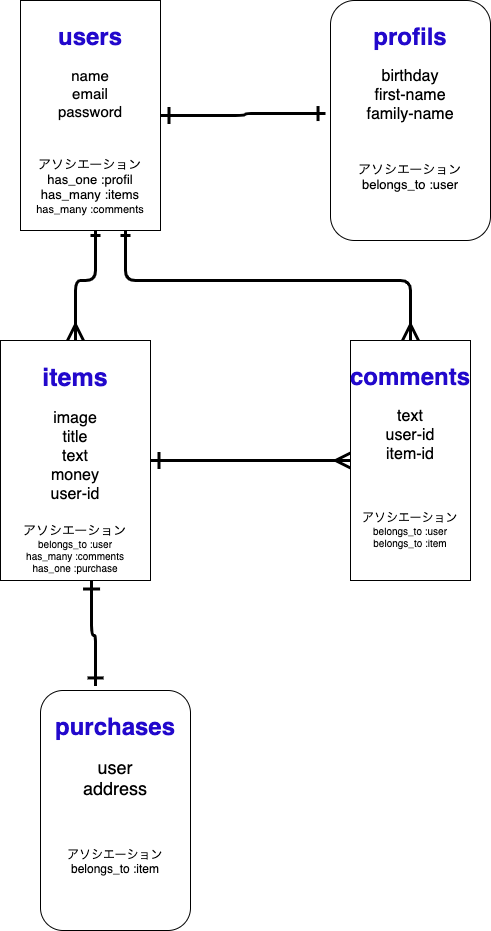
The draw.io diagram furima-28377 ER図.png in ryo-suzuki-seamagic/furima_28377, before a commit. Source tidied: cells renumbered, new cells last; positions are measured from the earlier drawing's top-left corner, leaving out a move shared by most shapes. The source it was exported from:
```xml
<mxGraphModel>
  <root>
    <mxCell id="0" />
    <mxCell id="1" parent="0" />
    <mxCell id="2" style="edgeStyle=orthogonalEdgeStyle;curved=0;rounded=1;sketch=0;jettySize=auto;html=1;entryX=0.5;entryY=0;entryDx=0;entryDy=0;startArrow=ERone;startFill=0;endArrow=ERmany;endFill=0;strokeWidth=3;endSize=12;" parent="1" edge="1" target="8">
      <mxGeometry relative="1" as="geometry">
        <mxPoint x="95" y="230" as="sourcePoint" />
      </mxGeometry>
    </mxCell>
    <mxCell id="3" style="edgeStyle=orthogonalEdgeStyle;curved=0;rounded=1;sketch=0;jettySize=auto;html=1;exitX=0.75;exitY=1;exitDx=0;exitDy=0;entryX=0.5;entryY=0;entryDx=0;entryDy=0;startArrow=ERone;startFill=0;endArrow=ERmany;endFill=0;endSize=12;strokeWidth=3;" parent="1" edge="1" source="5" target="9">
      <mxGeometry relative="1" as="geometry" />
    </mxCell>
    <mxCell id="4" style="edgeStyle=orthogonalEdgeStyle;curved=0;rounded=1;sketch=0;jettySize=auto;html=1;exitX=1;exitY=0.5;exitDx=0;exitDy=0;entryX=-0.031;entryY=0.471;entryDx=0;entryDy=0;entryPerimeter=0;startArrow=ERone;startFill=0;startSize=13;endArrow=ERone;endFill=0;endSize=11;strokeWidth=3;" parent="1" edge="1" source="5" target="10">
      <mxGeometry relative="1" as="geometry" />
    </mxCell>
    <mxCell id="5" value="&lt;h1&gt;&lt;font color=&quot;#2208cc&quot;&gt;users&lt;/font&gt;&lt;/h1&gt;&lt;div style=&quot;font-size: 15px&quot;&gt;&lt;font style=&quot;font-size: 15px&quot;&gt;name&lt;/font&gt;&lt;/div&gt;&lt;div style=&quot;font-size: 15px&quot;&gt;&lt;font style=&quot;font-size: 15px&quot;&gt;email&lt;/font&gt;&lt;/div&gt;&lt;div style=&quot;font-size: 15px&quot;&gt;&lt;font style=&quot;font-size: 15px&quot;&gt;password&lt;/font&gt;&lt;/div&gt;&lt;div style=&quot;font-size: 15px&quot;&gt;&lt;font style=&quot;font-size: 15px&quot;&gt;&lt;br&gt;&lt;/font&gt;&lt;/div&gt;&lt;div style=&quot;font-size: 15px&quot;&gt;&lt;font style=&quot;font-size: 15px&quot;&gt;&lt;br&gt;&lt;/font&gt;&lt;/div&gt;&lt;div&gt;&lt;font style=&quot;font-size: 13px&quot;&gt;アソシエーション&lt;/font&gt;&lt;/div&gt;&lt;div&gt;&lt;font style=&quot;font-size: 13px&quot;&gt;has_one :profil&lt;/font&gt;&lt;/div&gt;&lt;div&gt;&lt;font style=&quot;font-size: 13px&quot;&gt;has_many :items&lt;/font&gt;&lt;/div&gt;&lt;div&gt;&lt;font style=&quot;font-size: 11px&quot;&gt;has_many :comments&lt;/font&gt;&lt;/div&gt;" style="rounded=0;whiteSpace=wrap;html=1;verticalAlign=top;" parent="1" vertex="1">
      <mxGeometry x="20" width="140" height="230" as="geometry" />
    </mxCell>
    <mxCell id="6" style="edgeStyle=orthogonalEdgeStyle;curved=0;rounded=1;sketch=0;jettySize=auto;html=1;entryX=0.367;entryY=-0.019;entryDx=0;entryDy=0;entryPerimeter=0;startArrow=ERone;startFill=0;endArrow=ERone;endFill=0;endSize=12;strokeWidth=3;startSize=13;exitX=0.607;exitY=1;exitDx=0;exitDy=0;exitPerimeter=0;" parent="1" edge="1" source="8" target="11">
      <mxGeometry relative="1" as="geometry" />
    </mxCell>
    <mxCell id="7" style="edgeStyle=orthogonalEdgeStyle;curved=0;rounded=1;sketch=0;jettySize=auto;html=1;exitX=1;exitY=0.5;exitDx=0;exitDy=0;startArrow=ERone;startFill=0;startSize=13;endArrow=ERmany;endFill=0;endSize=11;strokeWidth=3;" parent="1" edge="1" source="8" target="9">
      <mxGeometry relative="1" as="geometry" />
    </mxCell>
    <mxCell id="8" value="&lt;h1&gt;&lt;font color=&quot;#2208cc&quot; style=&quot;font-size: 25px&quot;&gt;items&lt;/font&gt;&lt;/h1&gt;&lt;div style=&quot;font-size: 16px&quot;&gt;&lt;font style=&quot;font-size: 16px&quot;&gt;image&lt;/font&gt;&lt;/div&gt;&lt;div style=&quot;font-size: 16px&quot;&gt;&lt;font style=&quot;font-size: 16px&quot;&gt;title&lt;/font&gt;&lt;/div&gt;&lt;div style=&quot;font-size: 16px&quot;&gt;&lt;font style=&quot;font-size: 16px&quot;&gt;text&lt;/font&gt;&lt;/div&gt;&lt;div style=&quot;font-size: 16px&quot;&gt;money&lt;/div&gt;&lt;div style=&quot;font-size: 16px&quot;&gt;&lt;font style=&quot;font-size: 16px&quot;&gt;user-id&lt;/font&gt;&lt;/div&gt;&lt;div style=&quot;font-size: 16px&quot;&gt;&lt;font style=&quot;font-size: 16px&quot;&gt;&lt;br&gt;&lt;/font&gt;&lt;/div&gt;&lt;div&gt;&lt;font style=&quot;font-size: 13px&quot;&gt;アソシエーション&lt;/font&gt;&lt;/div&gt;&lt;div style=&quot;font-size: 10px&quot;&gt;&lt;font style=&quot;font-size: 10px&quot;&gt;belongs_to :user&lt;/font&gt;&lt;/div&gt;&lt;div style=&quot;font-size: 10px&quot;&gt;&lt;font style=&quot;font-size: 10px&quot;&gt;has_many :comments&lt;/font&gt;&lt;/div&gt;&lt;div style=&quot;font-size: 10px&quot;&gt;&lt;font style=&quot;font-size: 10px&quot;&gt;has_one :purchase&lt;/font&gt;&lt;/div&gt;" style="rounded=0;whiteSpace=wrap;html=1;verticalAlign=top;" parent="1" vertex="1">
      <mxGeometry y="340" width="150" height="240" as="geometry" />
    </mxCell>
    <mxCell id="9" value="&lt;h1&gt;&lt;font color=&quot;#2208cc&quot;&gt;comments&lt;/font&gt;&lt;/h1&gt;&lt;div style=&quot;font-size: 16px&quot;&gt;&lt;font style=&quot;font-size: 16px&quot;&gt;text&lt;/font&gt;&lt;/div&gt;&lt;div style=&quot;font-size: 16px&quot;&gt;&lt;font style=&quot;font-size: 16px&quot;&gt;user-id&lt;/font&gt;&lt;/div&gt;&lt;div style=&quot;font-size: 16px&quot;&gt;&lt;font style=&quot;font-size: 16px&quot;&gt;item-id&lt;/font&gt;&lt;/div&gt;&lt;div style=&quot;font-size: 16px&quot;&gt;&lt;font style=&quot;font-size: 16px&quot;&gt;&lt;br&gt;&lt;/font&gt;&lt;/div&gt;&lt;div&gt;&lt;font style=&quot;font-size: 12px&quot;&gt;&lt;br&gt;&lt;/font&gt;&lt;/div&gt;&lt;div&gt;&lt;font style=&quot;font-size: 12px&quot;&gt;&lt;br&gt;&lt;/font&gt;&lt;/div&gt;&lt;div&gt;アソシエーション&lt;/div&gt;&lt;div style=&quot;font-size: 10px&quot;&gt;belongs_to :user&lt;/div&gt;&lt;div style=&quot;font-size: 10px&quot;&gt;belongs_to :item&lt;/div&gt;" style="rounded=0;whiteSpace=wrap;html=1;verticalAlign=top;" parent="1" vertex="1">
      <mxGeometry x="350" y="340" width="120" height="240" as="geometry" />
    </mxCell>
    <mxCell id="10" value="&lt;h1&gt;&lt;font color=&quot;#2208cc&quot;&gt;profils&lt;/font&gt;&lt;/h1&gt;&lt;div style=&quot;font-size: 16px&quot;&gt;birthday&lt;/div&gt;&lt;div style=&quot;font-size: 16px&quot;&gt;first-name&lt;/div&gt;&lt;div style=&quot;font-size: 16px&quot;&gt;family-name&lt;/div&gt;&lt;div style=&quot;font-size: 16px&quot;&gt;&lt;br&gt;&lt;/div&gt;&lt;div style=&quot;font-size: 16px&quot;&gt;&lt;br&gt;&lt;/div&gt;&lt;div style=&quot;font-size: 13px&quot;&gt;&lt;font style=&quot;font-size: 13px&quot;&gt;アソシエーション&lt;/font&gt;&lt;/div&gt;&lt;div style=&quot;font-size: 13px&quot;&gt;belongs_to :user&lt;/div&gt;&lt;div style=&quot;font-size: 13px&quot;&gt;&lt;br&gt;&lt;/div&gt;" style="rounded=1;whiteSpace=wrap;html=1;verticalAlign=top;" parent="1" vertex="1">
      <mxGeometry x="330" width="160" height="240" as="geometry" />
    </mxCell>
    <mxCell id="11" value="&lt;h1&gt;&lt;font color=&quot;#2208cc&quot;&gt;purchases&lt;/font&gt;&lt;/h1&gt;&lt;div style=&quot;font-size: 18px&quot;&gt;user&lt;/div&gt;&lt;div style=&quot;font-size: 18px&quot;&gt;address&lt;/div&gt;&lt;div style=&quot;font-size: 18px&quot;&gt;&lt;br&gt;&lt;/div&gt;&lt;div&gt;&lt;br&gt;&lt;/div&gt;&lt;div&gt;&lt;br&gt;&lt;/div&gt;&lt;div&gt;アソシエーション&lt;/div&gt;&lt;div&gt;belongs_to :item&lt;/div&gt;" style="rounded=1;whiteSpace=wrap;html=1;verticalAlign=top;" parent="1" vertex="1">
      <mxGeometry x="40" y="690" width="150" height="240" as="geometry" />
    </mxCell>
  </root>
</mxGraphModel>
```
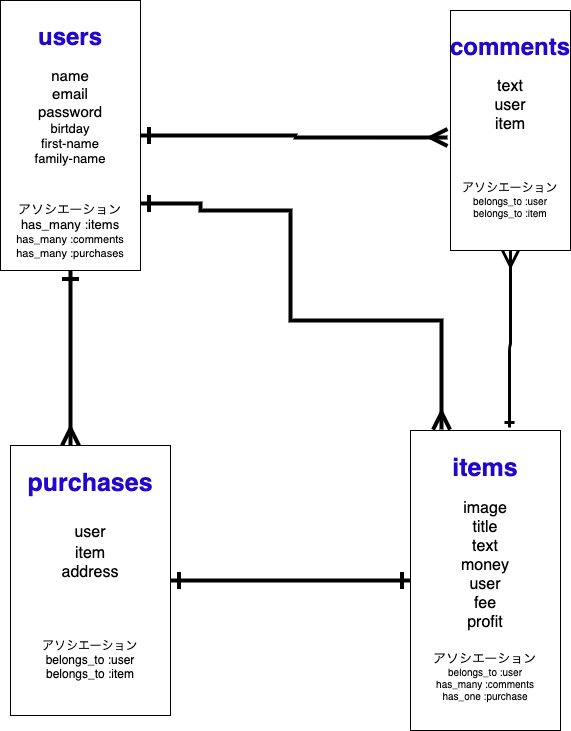
After the commit.

Commit message:
ER図、テーブル設計、remake

What changed in the source:
```diff
@@ -2,37 +2,40 @@
   <root>
     <mxCell id="0" />
     <mxCell id="1" parent="0" />
-    <mxCell id="2" style="edgeStyle=orthogonalEdgeStyle;curved=0;rounded=1;sketch=0;jettySize=auto;html=1;entryX=0.5;entryY=0;entryDx=0;entryDy=0;startArrow=ERone;startFill=0;endArrow=ERmany;endFill=0;strokeWidth=3;endSize=12;" parent="1" edge="1" target="8">
-      <mxGeometry relative="1" as="geometry">
-        <mxPoint x="95" y="230" as="sourcePoint" />
-      </mxGeometry>
+    <mxCell id="2" style="edgeStyle=orthogonalEdgeStyle;curved=0;rounded=1;sketch=0;jettySize=auto;html=1;entryX=0.5;entryY=1;entryDx=0;entryDy=0;startArrow=ERone;startFill=0;endArrow=ERmany;endFill=0;strokeWidth=3;endSize=12;exitX=0.66;exitY=-0.01;exitDx=0;exitDy=0;exitPerimeter=0;" parent="1" edge="1" source="8" target="9">
+      <mxGeometry relative="1" as="geometry" />
     </mxCell>
-    <mxCell id="3" style="edgeStyle=orthogonalEdgeStyle;curved=0;rounded=1;sketch=0;jettySize=auto;html=1;exitX=0.75;exitY=1;exitDx=0;exitDy=0;entryX=0.5;entryY=0;entryDx=0;entryDy=0;startArrow=ERone;startFill=0;endArrow=ERmany;endFill=0;endSize=12;strokeWidth=3;" parent="1" edge="1" source="5" target="9">
+    <mxCell id="3" style="edgeStyle=orthogonalEdgeStyle;rounded=0;jettySize=auto;html=1;entryX=-0.025;entryY=0.529;entryDx=0;entryDy=0;entryPerimeter=0;endArrow=ERmany;endFill=0;startArrow=ERone;startFill=0;endSize=12;startSize=12;strokeWidth=4;" parent="1" edge="1" source="5" target="9">
       <mxGeometry relative="1" as="geometry" />
     </mxCell>
-    <mxCell id="4" style="edgeStyle=orthogonalEdgeStyle;curved=0;rounded=1;sketch=0;jettySize=auto;html=1;exitX=1;exitY=0.5;exitDx=0;exitDy=0;entryX=-0.031;entryY=0.471;entryDx=0;entryDy=0;entryPerimeter=0;startArrow=ERone;startFill=0;startSize=13;endArrow=ERone;endFill=0;endSize=11;strokeWidth=3;" parent="1" edge="1" source="5" target="10">
-      <mxGeometry relative="1" as="geometry" />
-    </mxCell>
+    <mxCell id="12" style="edgeStyle=orthogonalEdgeStyle;rounded=0;jettySize=auto;html=1;entryX=0.207;entryY=-0.003;entryDx=0;entryDy=0;entryPerimeter=0;startArrow=ERone;startFill=0;startSize=12;endArrow=ERmany;endFill=0;endSize=12;strokeWidth=4;" parent="1" edge="1" source="5" target="8">
+      <mxGeometry relative="1" as="geometry">
+        <Array as="points">
+          <mxPoint x="220" y="203" />
+          <mxPoint x="220" y="210" />
+          <mxPoint x="310" y="210" />
+          <mxPoint x="310" y="320" />
+          <mxPoint x="461" y="320" />
+        </Array>
+      </mxGeometry>
+    </mxCell>
+    <mxCell id="13" style="edgeStyle=orthogonalEdgeStyle;rounded=0;jettySize=auto;html=1;exitX=0.5;exitY=1;exitDx=0;exitDy=0;entryX=0.375;entryY=0;entryDx=0;entryDy=0;entryPerimeter=0;startArrow=ERone;startFill=0;startSize=12;endArrow=ERmany;endFill=0;endSize=12;strokeWidth=4;" parent="1" edge="1" source="5" target="15">
+      <mxGeometry relative="1" as="geometry" />
+    </mxCell>
-    <mxCell id="5" value="&lt;h1&gt;&lt;font color=&quot;#2208cc&quot;&gt;users&lt;/font&gt;&lt;/h1&gt;&lt;div style=&quot;font-size: 15px&quot;&gt;&lt;font style=&quot;font-size: 15px&quot;&gt;name&lt;/font&gt;&lt;/div&gt;&lt;div style=&quot;font-size: 15px&quot;&gt;&lt;font style=&quot;font-size: 15px&quot;&gt;email&lt;/font&gt;&lt;/div&gt;&lt;div style=&quot;font-size: 15px&quot;&gt;&lt;font style=&quot;font-size: 15px&quot;&gt;password&lt;/font&gt;&lt;/div&gt;&lt;div style=&quot;font-size: 15px&quot;&gt;&lt;font style=&quot;font-size: 15px&quot;&gt;&lt;br&gt;&lt;/font&gt;&lt;/div&gt;&lt;div style=&quot;font-size: 15px&quot;&gt;&lt;font style=&quot;font-size: 15px&quot;&gt;&lt;br&gt;&lt;/font&gt;&lt;/div&gt;&lt;div&gt;&lt;font style=&quot;font-size: 13px&quot;&gt;アソシエーション&lt;/font&gt;&lt;/div&gt;&lt;div&gt;&lt;font style=&quot;font-size: 13px&quot;&gt;has_one :profil&lt;/font&gt;&lt;/div&gt;&lt;div&gt;&lt;font style=&quot;font-size: 13px&quot;&gt;has_many :items&lt;/font&gt;&lt;/div&gt;&lt;div&gt;&lt;font style=&quot;font-size: 11px&quot;&gt;has_many :comments&lt;/font&gt;&lt;/div&gt;" style="rounded=0;whiteSpace=wrap;html=1;verticalAlign=top;" parent="1" vertex="1">
-      <mxGeometry x="20" width="140" height="230" as="geometry" />
+    <mxCell id="5" value="&lt;h1&gt;&lt;font color=&quot;#2208cc&quot;&gt;users&lt;/font&gt;&lt;/h1&gt;&lt;div style=&quot;font-size: 15px&quot;&gt;&lt;font style=&quot;font-size: 15px&quot;&gt;name&lt;/font&gt;&lt;/div&gt;&lt;div style=&quot;font-size: 15px&quot;&gt;&lt;font style=&quot;font-size: 15px&quot;&gt;email&lt;/font&gt;&lt;/div&gt;&lt;div style=&quot;font-size: 15px&quot;&gt;&lt;font style=&quot;font-size: 15px&quot;&gt;password&lt;/font&gt;&lt;/div&gt;&lt;div style=&quot;font-size: 13px&quot;&gt;birtday&lt;/div&gt;&lt;div style=&quot;font-size: 13px&quot;&gt;first-name&lt;/div&gt;&lt;div style=&quot;font-size: 13px&quot;&gt;family-name&lt;/div&gt;&lt;div style=&quot;font-size: 15px&quot;&gt;&lt;font style=&quot;font-size: 15px&quot;&gt;&lt;br&gt;&lt;/font&gt;&lt;/div&gt;&lt;div style=&quot;font-size: 15px&quot;&gt;&lt;font style=&quot;font-size: 15px&quot;&gt;&lt;br&gt;&lt;/font&gt;&lt;/div&gt;&lt;div&gt;&lt;font style=&quot;font-size: 13px&quot;&gt;アソシエーション&lt;/font&gt;&lt;/div&gt;&lt;div&gt;&lt;font style=&quot;font-size: 13px&quot;&gt;has_many :items&lt;/font&gt;&lt;/div&gt;&lt;div&gt;&lt;font style=&quot;font-size: 11px&quot;&gt;has_many :comments&lt;/font&gt;&lt;/div&gt;&lt;div&gt;&lt;font style=&quot;font-size: 11px&quot;&gt;has_many :purchases&lt;/font&gt;&lt;/div&gt;" style="rounded=0;whiteSpace=wrap;html=1;verticalAlign=top;" parent="1" vertex="1">
+      <mxGeometry x="20" width="140" height="270" as="geometry" />
     </mxCell>
-    <mxCell id="6" style="edgeStyle=orthogonalEdgeStyle;curved=0;rounded=1;sketch=0;jettySize=auto;html=1;entryX=0.367;entryY=-0.019;entryDx=0;entryDy=0;entryPerimeter=0;startArrow=ERone;startFill=0;endArrow=ERone;endFill=0;endSize=12;strokeWidth=3;startSize=13;exitX=0.607;exitY=1;exitDx=0;exitDy=0;exitPerimeter=0;" parent="1" edge="1" source="8" target="11">
-      <mxGeometry relative="1" as="geometry" />
-    </mxCell>
-    <mxCell id="7" style="edgeStyle=orthogonalEdgeStyle;curved=0;rounded=1;sketch=0;jettySize=auto;html=1;exitX=1;exitY=0.5;exitDx=0;exitDy=0;startArrow=ERone;startFill=0;startSize=13;endArrow=ERmany;endFill=0;endSize=11;strokeWidth=3;" parent="1" edge="1" source="8" target="9">
-      <mxGeometry relative="1" as="geometry" />
-    </mxCell>
-    <mxCell id="8" value="&lt;h1&gt;&lt;font color=&quot;#2208cc&quot; style=&quot;font-size: 25px&quot;&gt;items&lt;/font&gt;&lt;/h1&gt;&lt;div style=&quot;font-size: 16px&quot;&gt;&lt;font style=&quot;font-size: 16px&quot;&gt;image&lt;/font&gt;&lt;/div&gt;&lt;div style=&quot;font-size: 16px&quot;&gt;&lt;font style=&quot;font-size: 16px&quot;&gt;title&lt;/font&gt;&lt;/div&gt;&lt;div style=&quot;font-size: 16px&quot;&gt;&lt;font style=&quot;font-size: 16px&quot;&gt;text&lt;/font&gt;&lt;/div&gt;&lt;div style=&quot;font-size: 16px&quot;&gt;money&lt;/div&gt;&lt;div style=&quot;font-size: 16px&quot;&gt;&lt;font style=&quot;font-size: 16px&quot;&gt;user-id&lt;/font&gt;&lt;/div&gt;&lt;div style=&quot;font-size: 16px&quot;&gt;&lt;font style=&quot;font-size: 16px&quot;&gt;&lt;br&gt;&lt;/font&gt;&lt;/div&gt;&lt;div&gt;&lt;font style=&quot;font-size: 13px&quot;&gt;アソシエーション&lt;/font&gt;&lt;/div&gt;&lt;div style=&quot;font-size: 10px&quot;&gt;&lt;font style=&quot;font-size: 10px&quot;&gt;belongs_to :user&lt;/font&gt;&lt;/div&gt;&lt;div style=&quot;font-size: 10px&quot;&gt;&lt;font style=&quot;font-size: 10px&quot;&gt;has_many :comments&lt;/font&gt;&lt;/div&gt;&lt;div style=&quot;font-size: 10px&quot;&gt;&lt;font style=&quot;font-size: 10px&quot;&gt;has_one :purchase&lt;/font&gt;&lt;/div&gt;" style="rounded=0;whiteSpace=wrap;html=1;verticalAlign=top;" parent="1" vertex="1">
-      <mxGeometry y="340" width="150" height="240" as="geometry" />
+    <mxCell id="8" value="&lt;h1&gt;&lt;font color=&quot;#2208cc&quot; style=&quot;font-size: 25px&quot;&gt;items&lt;/font&gt;&lt;/h1&gt;&lt;div style=&quot;font-size: 16px&quot;&gt;&lt;font style=&quot;font-size: 16px&quot;&gt;image&lt;/font&gt;&lt;/div&gt;&lt;div style=&quot;font-size: 16px&quot;&gt;&lt;font style=&quot;font-size: 16px&quot;&gt;title&lt;/font&gt;&lt;/div&gt;&lt;div style=&quot;font-size: 16px&quot;&gt;&lt;font style=&quot;font-size: 16px&quot;&gt;text&lt;/font&gt;&lt;/div&gt;&lt;div style=&quot;font-size: 16px&quot;&gt;money&lt;/div&gt;&lt;div style=&quot;font-size: 16px&quot;&gt;&lt;font style=&quot;font-size: 16px&quot;&gt;user&lt;/font&gt;&lt;/div&gt;&lt;div style=&quot;font-size: 16px&quot;&gt;&lt;font style=&quot;font-size: 16px&quot;&gt;fee&lt;/font&gt;&lt;/div&gt;&lt;div style=&quot;font-size: 16px&quot;&gt;&lt;font style=&quot;font-size: 16px&quot;&gt;profit&lt;/font&gt;&lt;/div&gt;&lt;div style=&quot;font-size: 16px&quot;&gt;&lt;font style=&quot;font-size: 16px&quot;&gt;&lt;br&gt;&lt;/font&gt;&lt;/div&gt;&lt;div&gt;&lt;font style=&quot;font-size: 13px&quot;&gt;アソシエーション&lt;/font&gt;&lt;/div&gt;&lt;div style=&quot;font-size: 10px&quot;&gt;&lt;font style=&quot;font-size: 10px&quot;&gt;belongs_to :user&lt;/font&gt;&lt;/div&gt;&lt;div style=&quot;font-size: 10px&quot;&gt;&lt;font style=&quot;font-size: 10px&quot;&gt;has_many :comments&lt;/font&gt;&lt;/div&gt;&lt;div style=&quot;font-size: 10px&quot;&gt;&lt;font style=&quot;font-size: 10px&quot;&gt;has_one :purchase&lt;/font&gt;&lt;/div&gt;" style="rounded=0;whiteSpace=wrap;html=1;verticalAlign=top;" parent="1" vertex="1">
+      <mxGeometry x="430" y="430" width="150" height="300" as="geometry" />
     </mxCell>
-    <mxCell id="9" value="&lt;h1&gt;&lt;font color=&quot;#2208cc&quot;&gt;comments&lt;/font&gt;&lt;/h1&gt;&lt;div style=&quot;font-size: 16px&quot;&gt;&lt;font style=&quot;font-size: 16px&quot;&gt;text&lt;/font&gt;&lt;/div&gt;&lt;div style=&quot;font-size: 16px&quot;&gt;&lt;font style=&quot;font-size: 16px&quot;&gt;user-id&lt;/font&gt;&lt;/div&gt;&lt;div style=&quot;font-size: 16px&quot;&gt;&lt;font style=&quot;font-size: 16px&quot;&gt;item-id&lt;/font&gt;&lt;/div&gt;&lt;div style=&quot;font-size: 16px&quot;&gt;&lt;font style=&quot;font-size: 16px&quot;&gt;&lt;br&gt;&lt;/font&gt;&lt;/div&gt;&lt;div&gt;&lt;font style=&quot;font-size: 12px&quot;&gt;&lt;br&gt;&lt;/font&gt;&lt;/div&gt;&lt;div&gt;&lt;font style=&quot;font-size: 12px&quot;&gt;&lt;br&gt;&lt;/font&gt;&lt;/div&gt;&lt;div&gt;アソシエーション&lt;/div&gt;&lt;div style=&quot;font-size: 10px&quot;&gt;belongs_to :user&lt;/div&gt;&lt;div style=&quot;font-size: 10px&quot;&gt;belongs_to :item&lt;/div&gt;" style="rounded=0;whiteSpace=wrap;html=1;verticalAlign=top;" parent="1" vertex="1">
-      <mxGeometry x="350" y="340" width="120" height="240" as="geometry" />
+    <mxCell id="9" value="&lt;h1&gt;&lt;font color=&quot;#2208cc&quot;&gt;comments&lt;/font&gt;&lt;/h1&gt;&lt;div style=&quot;font-size: 16px&quot;&gt;&lt;font style=&quot;font-size: 16px&quot;&gt;text&lt;/font&gt;&lt;/div&gt;&lt;div style=&quot;font-size: 16px&quot;&gt;&lt;font style=&quot;font-size: 16px&quot;&gt;user&lt;/font&gt;&lt;/div&gt;&lt;div style=&quot;font-size: 16px&quot;&gt;&lt;font style=&quot;font-size: 16px&quot;&gt;item&lt;/font&gt;&lt;/div&gt;&lt;div style=&quot;font-size: 16px&quot;&gt;&lt;font style=&quot;font-size: 16px&quot;&gt;&lt;br&gt;&lt;/font&gt;&lt;/div&gt;&lt;div&gt;&lt;font style=&quot;font-size: 12px&quot;&gt;&lt;br&gt;&lt;/font&gt;&lt;/div&gt;&lt;div&gt;&lt;font style=&quot;font-size: 12px&quot;&gt;&lt;br&gt;&lt;/font&gt;&lt;/div&gt;&lt;div&gt;アソシエーション&lt;/div&gt;&lt;div style=&quot;font-size: 10px&quot;&gt;belongs_to :user&lt;/div&gt;&lt;div style=&quot;font-size: 10px&quot;&gt;belongs_to :item&lt;/div&gt;" style="rounded=0;whiteSpace=wrap;html=1;verticalAlign=top;" parent="1" vertex="1">
+      <mxGeometry x="470" y="10" width="120" height="240" as="geometry" />
     </mxCell>
-    <mxCell id="10" value="&lt;h1&gt;&lt;font color=&quot;#2208cc&quot;&gt;profils&lt;/font&gt;&lt;/h1&gt;&lt;div style=&quot;font-size: 16px&quot;&gt;birthday&lt;/div&gt;&lt;div style=&quot;font-size: 16px&quot;&gt;first-name&lt;/div&gt;&lt;div style=&quot;font-size: 16px&quot;&gt;family-name&lt;/div&gt;&lt;div style=&quot;font-size: 16px&quot;&gt;&lt;br&gt;&lt;/div&gt;&lt;div style=&quot;font-size: 16px&quot;&gt;&lt;br&gt;&lt;/div&gt;&lt;div style=&quot;font-size: 13px&quot;&gt;&lt;font style=&quot;font-size: 13px&quot;&gt;アソシエーション&lt;/font&gt;&lt;/div&gt;&lt;div style=&quot;font-size: 13px&quot;&gt;belongs_to :user&lt;/div&gt;&lt;div style=&quot;font-size: 13px&quot;&gt;&lt;br&gt;&lt;/div&gt;" style="rounded=1;whiteSpace=wrap;html=1;verticalAlign=top;" parent="1" vertex="1">
-      <mxGeometry x="330" width="160" height="240" as="geometry" />
-    </mxCell>
-    <mxCell id="11" value="&lt;h1&gt;&lt;font color=&quot;#2208cc&quot;&gt;purchases&lt;/font&gt;&lt;/h1&gt;&lt;div style=&quot;font-size: 18px&quot;&gt;user&lt;/div&gt;&lt;div style=&quot;font-size: 18px&quot;&gt;address&lt;/div&gt;&lt;div style=&quot;font-size: 18px&quot;&gt;&lt;br&gt;&lt;/div&gt;&lt;div&gt;&lt;br&gt;&lt;/div&gt;&lt;div&gt;&lt;br&gt;&lt;/div&gt;&lt;div&gt;アソシエーション&lt;/div&gt;&lt;div&gt;belongs_to :item&lt;/div&gt;" style="rounded=1;whiteSpace=wrap;html=1;verticalAlign=top;" parent="1" vertex="1">
-      <mxGeometry x="40" y="690" width="150" height="240" as="geometry" />
-    </mxCell>
+    <mxCell id="14" style="edgeStyle=orthogonalEdgeStyle;rounded=0;jettySize=auto;html=1;exitX=1;exitY=0.5;exitDx=0;exitDy=0;entryX=0;entryY=0.5;entryDx=0;entryDy=0;startArrow=ERone;startFill=0;startSize=12;endArrow=ERone;endFill=0;endSize=12;strokeWidth=4;" parent="1" edge="1" source="15" target="8">
+      <mxGeometry relative="1" as="geometry" />
+    </mxCell>
+    <mxCell id="15" value="&lt;h1&gt;&lt;font color=&quot;#2208cc&quot; style=&quot;font-size: 25px&quot;&gt;purchases&lt;/font&gt;&lt;/h1&gt;&lt;div&gt;&lt;span style=&quot;font-size: 16px&quot;&gt;user&lt;/span&gt;&lt;font color=&quot;#2208cc&quot; style=&quot;font-size: 25px&quot;&gt;&lt;br&gt;&lt;/font&gt;&lt;/div&gt;&lt;div&gt;&lt;span style=&quot;font-size: 16px&quot;&gt;item&lt;/span&gt;&lt;/div&gt;&lt;div&gt;&lt;span style=&quot;font-size: 16px&quot;&gt;address&lt;/span&gt;&lt;/div&gt;&lt;div&gt;&lt;span style=&quot;font-size: 16px&quot;&gt;&lt;br&gt;&lt;/span&gt;&lt;/div&gt;&lt;div&gt;&lt;span style=&quot;font-size: 16px&quot;&gt;&lt;br&gt;&lt;/span&gt;&lt;/div&gt;&lt;div&gt;&lt;span style=&quot;font-size: 16px&quot;&gt;&lt;br&gt;&lt;/span&gt;&lt;/div&gt;&lt;div&gt;&lt;span&gt;アソシエーション&lt;/span&gt;&lt;/div&gt;&lt;div&gt;&lt;span&gt;belongs_to :user&lt;/span&gt;&lt;/div&gt;&lt;div&gt;belongs_to :item&lt;/div&gt;&lt;div&gt;&lt;br&gt;&lt;/div&gt;&lt;h1 style=&quot;color: rgb(0 , 0 , 0) ; font-family: &amp;#34;helvetica&amp;#34; ; font-style: normal ; letter-spacing: normal ; text-align: center ; text-indent: 0px ; text-transform: none ; word-spacing: 0px ; background-color: rgb(248 , 249 , 250)&quot;&gt;&lt;/h1&gt;" style="rounded=0;whiteSpace=wrap;html=1;verticalAlign=top;" parent="1" vertex="1">
+      <mxGeometry x="30" y="445" width="160" height="270" as="geometry" />
+    </mxCell>
   </root>
 </mxGraphModel>
```
